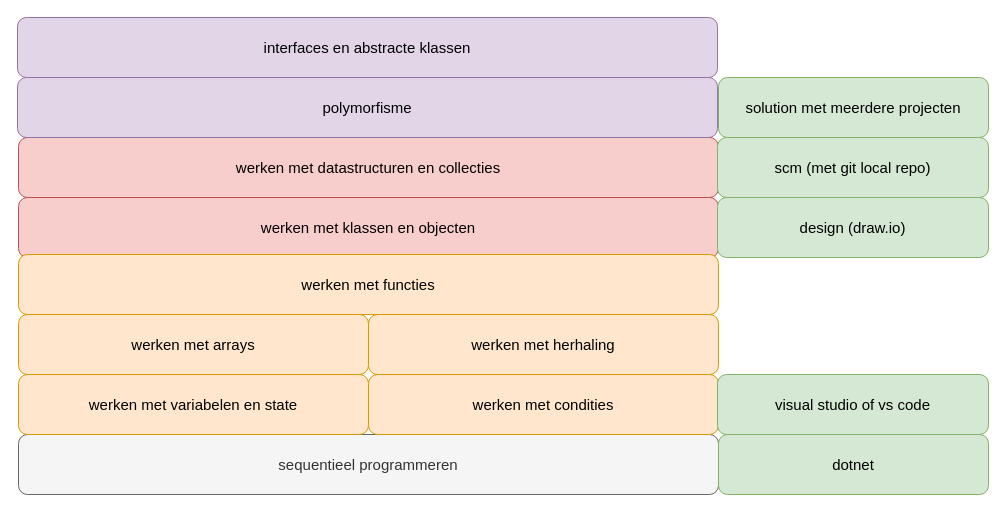
bartvoet/uccl-basis-programmeren-step-by-step keeps this draw.io diagram as page "Page-2" (3 of 5) of cursuso.drawio. Above is the earlier version. Source tidied: cells renumbered, new cells numbered last; positions are measured from the earlier drawing's top-left corner, leaving out a move shared by most shapes. Both pictures are drawn from the tidied source at 100%, with x=0, y=0 at pixel (17, 17). Pictures stored in the file or linked from it are replaced by grey dashed boxes.
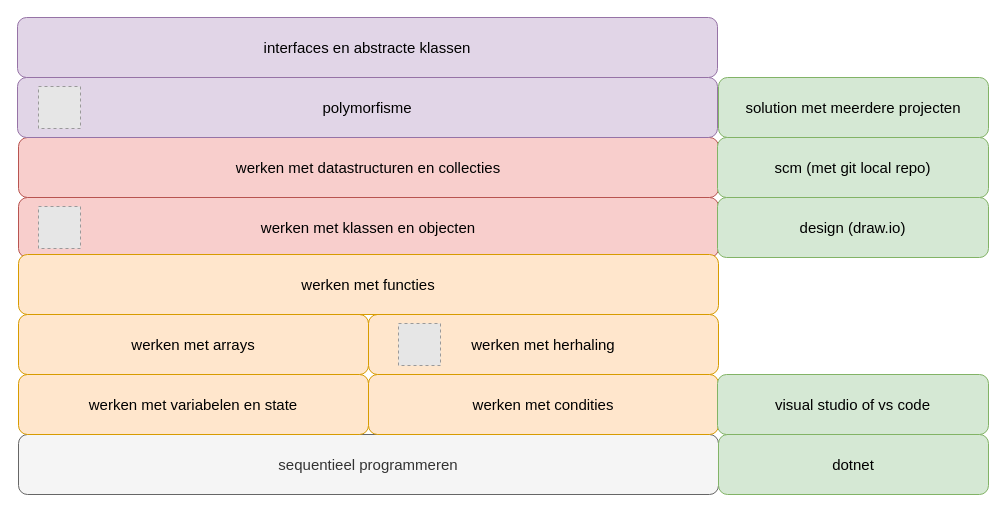
Above is the later version.

Commit message (it also covers changes not shown here):
Correction on IncrementQuantity-invocation

Diff of the diagram source:
```diff
@@
 <mxGraphModel>
   <root>
     <mxCell id="0" />
     <mxCell id="1" parent="0" />
     <mxCell id="2" value="sequentieel programmeren" style="rounded=1;whiteSpace=wrap;html=1;fillColor=#f5f5f5;fontColor=#333333;strokeColor=#666666;fontSize=15;" parent="1" vertex="1">
       <mxGeometry x="1" y="417" width="700" height="60" as="geometry" />
     </mxCell>
     <mxCell id="3" value="werken met variabelen en state" style="rounded=1;whiteSpace=wrap;html=1;fillColor=#ffe6cc;strokeColor=#d79b00;fontSize=15;" parent="1" vertex="1">
       <mxGeometry x="1" y="357" width="350" height="60" as="geometry" />
     </mxCell>
     <mxCell id="4" value="werken met condities" style="rounded=1;whiteSpace=wrap;html=1;fillColor=#ffe6cc;strokeColor=#d79b00;fontSize=15;" parent="1" vertex="1">
       <mxGeometry x="351" y="357" width="350" height="60" as="geometry" />
     </mxCell>
     <mxCell id="5" value="werken met herhaling" style="rounded=1;whiteSpace=wrap;html=1;fillColor=#ffe6cc;strokeColor=#d79b00;fontSize=15;" parent="1" vertex="1">
       <mxGeometry x="351" y="297" width="350" height="60" as="geometry" />
     </mxCell>
     <mxCell id="6" value="werken met arrays" style="rounded=1;whiteSpace=wrap;html=1;fillColor=#ffe6cc;strokeColor=#d79b00;fontSize=15;" parent="1" vertex="1">
       <mxGeometry x="1" y="297" width="350" height="60" as="geometry" />
     </mxCell>
     <mxCell id="7" value="werken met klassen en objecten" style="rounded=1;whiteSpace=wrap;html=1;fillColor=#f8cecc;strokeColor=#b85450;fontSize=15;" parent="1" vertex="1">
       <mxGeometry x="1" y="180" width="700" height="60" as="geometry" />
     </mxCell>
     <mxCell id="8" value="werken met datastructuren en collecties" style="rounded=1;whiteSpace=wrap;html=1;fillColor=#f8cecc;strokeColor=#b85450;fontSize=15;" parent="1" vertex="1">
       <mxGeometry x="1" y="120" width="700" height="60" as="geometry" />
     </mxCell>
     <mxCell id="9" value="werken met functies" style="rounded=1;whiteSpace=wrap;html=1;fillColor=#ffe6cc;strokeColor=#d79b00;fontSize=15;" parent="1" vertex="1">
       <mxGeometry x="1" y="237" width="700" height="60" as="geometry" />
     </mxCell>
     <mxCell id="10" value="polymorfisme" style="rounded=1;whiteSpace=wrap;html=1;fillColor=#e1d5e7;strokeColor=#9673a6;fontSize=15;" parent="1" vertex="1">
       <mxGeometry y="60" width="700" height="60" as="geometry" />
     </mxCell>
     <mxCell id="11" value="interfaces en abstracte klassen" style="rounded=1;whiteSpace=wrap;html=1;fillColor=#e1d5e7;strokeColor=#9673a6;fontSize=15;" parent="1" vertex="1">
       <mxGeometry width="700" height="60" as="geometry" />
     </mxCell>
     <mxCell id="12" value="dotnet" style="rounded=1;whiteSpace=wrap;html=1;fillColor=#d5e8d4;strokeColor=#82b366;fontSize=15;" parent="1" vertex="1">
       <mxGeometry x="701" y="417" width="270" height="60" as="geometry" />
     </mxCell>
     <mxCell id="13" value="visual studio of vs code" style="rounded=1;whiteSpace=wrap;html=1;fillColor=#d5e8d4;strokeColor=#82b366;fontSize=15;" parent="1" vertex="1">
       <mxGeometry x="700" y="357" width="271" height="60" as="geometry" />
     </mxCell>
     <mxCell id="14" value="design (draw.io)" style="rounded=1;whiteSpace=wrap;html=1;fillColor=#d5e8d4;strokeColor=#82b366;fontSize=15;" parent="1" vertex="1">
       <mxGeometry x="700" y="180" width="271" height="60" as="geometry" />
     </mxCell>
     <mxCell id="15" value="scm (met git local repo)" style="rounded=1;whiteSpace=wrap;html=1;fillColor=#d5e8d4;strokeColor=#82b366;fontSize=15;" parent="1" vertex="1">
       <mxGeometry x="700" y="120" width="271" height="60" as="geometry" />
     </mxCell>
     <mxCell id="16" value="solution met meerdere projecten" style="rounded=1;whiteSpace=wrap;html=1;fillColor=#d5e8d4;strokeColor=#82b366;fontSize=15;" parent="1" vertex="1">
       <mxGeometry x="701" y="60" width="270" height="60" as="geometry" />
     </mxCell>
+    <mxCell id="17" style="fillColor=#E6E6E6;strokeColor=#999999;dashed=1;verticalLabelPosition=bottom;labelBackgroundColor=default;verticalAlign=top;" parent="1" vertex="1">
+      <mxGeometry x="21" y="69" width="42" height="42" as="geometry" />
+    </mxCell>
+    <mxCell id="18" style="fillColor=#E6E6E6;strokeColor=#999999;dashed=1;verticalLabelPosition=bottom;labelBackgroundColor=default;verticalAlign=top;" parent="1" vertex="1">
+      <mxGeometry x="21" y="189" width="42" height="42" as="geometry" />
+    </mxCell>
+    <mxCell id="19" style="fillColor=#E6E6E6;strokeColor=#999999;dashed=1;verticalLabelPosition=bottom;labelBackgroundColor=default;verticalAlign=top;" parent="1" vertex="1">
+      <mxGeometry x="381" y="306" width="42" height="42" as="geometry" />
+    </mxCell>
   </root>
 </mxGraphModel>
```
